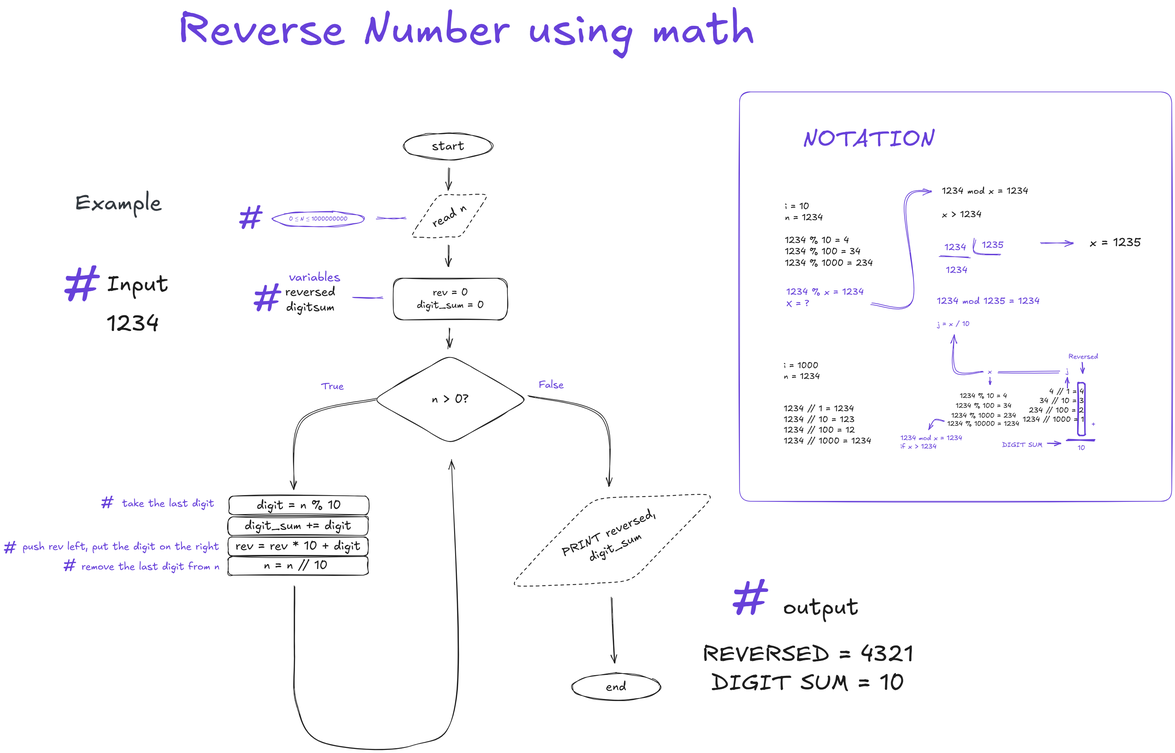
This is 01-python-foundations/01-fundamentals/16-challenge-reverse-number/drawing.excalidraw.png from samuelgs008/AI-Journey, a Excalidraw export, as it was before one commit. Source tidied: one line per element, renumbered; positions are measured from the earlier drawing's top-left corner, leaving out a move shared by most shapes.
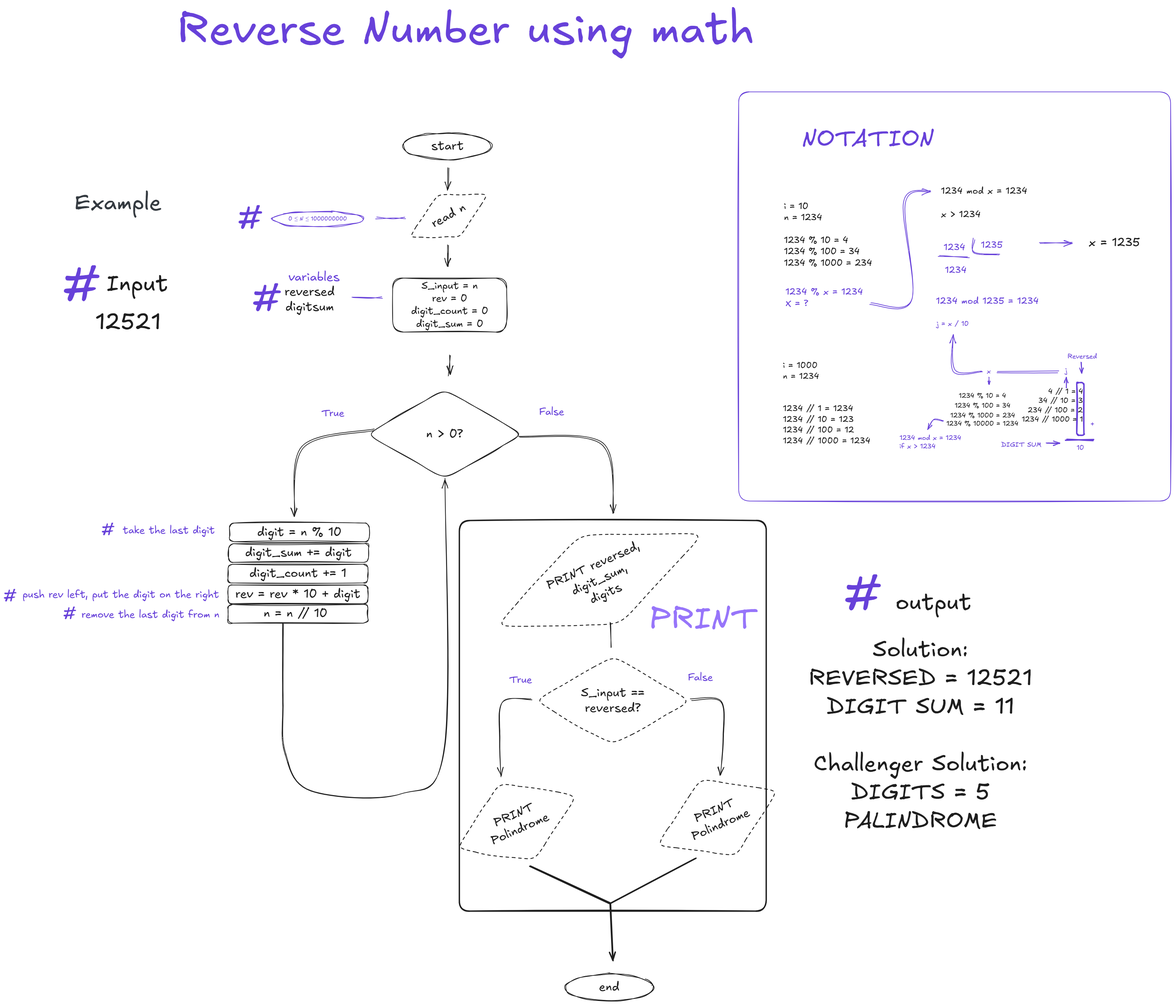
After the change.

Diff of the diagram source:
```diff
@@ -2,3 +2,3 @@
 {"id": 1, "type": "text", "text": "0 ≤ N ≤ 1000000000", "strokeColor": "#6741d9", "strokeWidth": 2, "roughness": 2, "fontSize": 16.54, "fontFamily": 5, "textAlign": "center", "verticalAlign": "middle", "inside": 0, "x": 840, "y": 625, "width": 172, "height": 21}
-{"id": 2, "type": "arrow", "strokeColor": "#1e1e1e", "strokeWidth": 2, "roughness": 2, "endArrowhead": "arrow", "round": true, "x": 1546, "y": 1156, "width": 239, "height": 265, "points": [[0, 0], [215, 59], [239, 265]]}
+{"id": 2, "type": "arrow", "strokeColor": "#1e1e1e", "strokeWidth": 2, "roughness": 2, "endArrowhead": "arrow", "round": true, "from": 8, "x": 1521, "y": 1277, "width": 279, "height": 224, "points": [[0, 0], [243, 18], [279, 224]]}
 {"id": 3, "type": "line", "strokeColor": "#6741d9", "angle": 4.7, "strokeWidth": 2, "roughness": 2, "round": true, "x": 1139, "y": 675, "width": 2, "height": 88, "points": [[0, 0], [2, -34], [2, -88]]}
@@ -8,7 +8,7 @@
 {"id": 7, "type": "text", "text": "read n", "strokeColor": "#1e1e1e", "angle": 5.78, "strokeWidth": 2, "strokeStyle": "dashed", "roughness": 2, "fontSize": 36, "fontFamily": 5, "textAlign": "center", "verticalAlign": "middle", "inside": 6, "x": 1257, "y": 602, "width": 109, "height": 45}
-{"id": 8, "type": "diamond", "strokeColor": "#1e1e1e", "strokeWidth": 2, "roughness": 2, "round": true, "x": 1085, "y": 1034, "width": 459, "height": 264}
+{"id": 8, "type": "diamond", "strokeColor": "#1e1e1e", "strokeWidth": 2, "roughness": 2, "round": true, "x": 1071, "y": 1136, "width": 459, "height": 264}
-{"id": 9, "type": "text", "text": "n > 0?", "strokeColor": "#1e1e1e", "strokeWidth": 2, "roughness": 2, "fontSize": 36, "fontFamily": 5, "textAlign": "center", "verticalAlign": "middle", "inside": 8, "x": 1260, "y": 1143, "width": 108, "height": 45}
+{"id": 9, "type": "text", "text": "n > 0?", "strokeColor": "#1e1e1e", "strokeWidth": 2, "roughness": 2, "fontSize": 36, "fontFamily": 5, "textAlign": "center", "verticalAlign": "middle", "inside": 8, "x": 1246, "y": 1246, "width": 108, "height": 45}
-{"id": 10, "type": "rectangle", "strokeColor": "#1e1e1e", "strokeWidth": 2, "roughness": 2, "round": true, "x": 1147, "y": 809, "width": 336, "height": 123}
+{"id": 10, "type": "rectangle", "strokeColor": "#1e1e1e", "strokeWidth": 2, "roughness": 2, "round": true, "x": 1147, "y": 809, "width": 336, "height": 159}
-{"id": 11, "type": "text", "text": "rev = 0\ndigit_sum = 0", "strokeColor": "#1e1e1e", "strokeWidth": 2, "roughness": 2, "fontSize": 29.77, "fontFamily": 5, "textAlign": "center", "verticalAlign": "middle", "inside": 10, "x": 1216, "y": 833, "width": 198, "height": 74}
+{"id": 11, "type": "text", "text": "S_input = n\nrev = 0\ndigit_count = 0\ndigit_sum = 0", "strokeColor": "#1e1e1e", "strokeWidth": 2, "roughness": 2, "fontSize": 29.77, "fontFamily": 5, "textAlign": "center", "verticalAlign": "middle", "inside": 10, "x": 1202, "y": 814, "width": 227, "height": 149}
-{"id": 12, "type": "arrow", "strokeColor": "#1e1e1e", "strokeWidth": 2, "roughness": 2, "endArrowhead": "arrow", "round": true, "x": 1311, "y": 955, "width": 1, "height": 61, "points": [[0, 0], [-1, 61]]}
+{"id": 12, "type": "arrow", "strokeColor": "#1e1e1e", "strokeWidth": 2, "roughness": 2, "endArrowhead": "arrow", "round": true, "x": 1315, "y": 1035, "width": 1, "height": 61, "points": [[0, 0], [-1, 61]]}
 {"id": 13, "type": "arrow", "strokeColor": "#1e1e1e", "strokeWidth": 2, "roughness": 2, "endArrowhead": "arrow", "round": true, "x": 1310, "y": 711, "width": 1, "height": 61, "points": [[0, 0], [-1, 61]]}
@@ -54,27 +54,27 @@
 {"id": 53, "type": "line", "strokeColor": "#6741d9", "angle": 4.7, "strokeWidth": 2, "roughness": 2, "round": true, "x": 1071, "y": 910, "width": 2, "height": 88, "points": [[0, 0], [2, -34], [2, -88]]}
-{"id": 54, "type": "arrow", "strokeColor": "#1e1e1e", "strokeWidth": 2, "roughness": 2, "endArrowhead": "arrow", "round": true, "from": 8, "x": 1094, "y": 1165, "width": 239, "height": 265, "points": [[0, 0], [-215, 59], [-239, 265]]}
+{"id": 54, "type": "arrow", "strokeColor": "#1e1e1e", "strokeWidth": 2, "roughness": 2, "endArrowhead": "arrow", "round": true, "from": 8, "x": 1090, "y": 1256, "width": 232, "height": 254, "points": [[0, 0], [-207, 48], [-232, 254]]}
-{"id": 55, "type": "rectangle", "strokeColor": "#1e1e1e", "strokeWidth": 2, "roughness": 2, "round": true, "x": 663, "y": 1450, "width": 412, "height": 55}
+{"id": 55, "type": "rectangle", "strokeColor": "#1e1e1e", "strokeWidth": 2, "roughness": 2, "round": true, "x": 667, "y": 1530, "width": 412, "height": 55}
-{"id": 56, "type": "text", "text": "digit = n % 10", "strokeColor": "#1e1e1e", "strokeWidth": 2, "roughness": 2, "fontSize": 36, "fontFamily": 5, "textAlign": "center", "verticalAlign": "middle", "inside": 55, "x": 745, "y": 1455, "width": 248, "height": 45}
+{"id": 56, "type": "text", "text": "digit = n % 10", "strokeColor": "#1e1e1e", "strokeWidth": 2, "roughness": 2, "fontSize": 36, "fontFamily": 5, "textAlign": "center", "verticalAlign": "middle", "inside": 55, "x": 749, "y": 1535, "width": 248, "height": 45}
-{"id": 57, "type": "arrow", "strokeColor": "#1e1e1e", "strokeWidth": 2, "roughness": 2, "endArrowhead": "arrow", "round": true, "x": 855, "y": 1717, "width": 479, "height": 841, "points": [[0, 0], [1, 197], [9, 345], [83, 459], [347, 467], [479, 331], [466, -374]]}
+{"id": 57, "type": "arrow", "strokeColor": "#1e1e1e", "strokeWidth": 2, "roughness": 2, "endArrowhead": "arrow", "round": true, "from": 68, "to": 8, "x": 823, "y": 1827, "width": 481, "height": 928, "points": [[0, 0], [1, 230], [9, 378], [83, 492], [347, 500], [479, 364], [481, -427]]}
 {"id": 58, "type": "text", "text": "#", "strokeColor": "#6741d9", "strokeWidth": 2, "roughness": 2, "fontSize": 113.48, "fontFamily": 5, "textAlign": "center", "x": 733, "y": 804, "width": 89, "height": 142}
 {"id": 59, "type": "text", "text": "#", "strokeColor": "#6741d9", "strokeWidth": 2, "roughness": 2, "fontSize": 95.6, "fontFamily": 5, "textAlign": "center", "x": 691, "y": 578, "width": 75, "height": 119}
-{"id": 60, "type": "text", "text": "#", "strokeColor": "#6741d9", "strokeWidth": 2, "roughness": 2, "fontSize": 51.08, "fontFamily": 5, "textAlign": "center", "x": 286, "y": 1440, "width": 40, "height": 64}
+{"id": 60, "type": "text", "text": "#", "strokeColor": "#6741d9", "strokeWidth": 2, "roughness": 2, "fontSize": 51.08, "fontFamily": 5, "textAlign": "center", "x": 289, "y": 1520, "width": 40, "height": 64}
-{"id": 61, "type": "text", "text": "take the last digit", "strokeColor": "#6741d9", "strokeWidth": 2, "roughness": 2, "fontSize": 29.6, "fontFamily": 5, "textAlign": "center", "x": 349, "y": 1454, "width": 271, "height": 37}
+{"id": 61, "type": "text", "text": "take the last digit", "strokeColor": "#6741d9", "strokeWidth": 2, "roughness": 2, "fontSize": 29.6, "fontFamily": 5, "textAlign": "center", "x": 353, "y": 1534, "width": 271, "height": 37}
-{"id": 62, "type": "rectangle", "strokeColor": "#1e1e1e", "strokeWidth": 2, "roughness": 2, "round": true, "x": 661, "y": 1511, "width": 412, "height": 55}
+{"id": 62, "type": "rectangle", "strokeColor": "#1e1e1e", "strokeWidth": 2, "roughness": 2, "round": true, "x": 664, "y": 1591, "width": 412, "height": 55}
-{"id": 63, "type": "text", "text": "digit_sum += digit", "strokeColor": "#1e1e1e", "strokeWidth": 2, "roughness": 2, "fontSize": 36, "fontFamily": 5, "textAlign": "center", "verticalAlign": "middle", "inside": 62, "x": 710, "y": 1516, "width": 314, "height": 45}
+{"id": 63, "type": "text", "text": "digit_sum += digit", "strokeColor": "#1e1e1e", "strokeWidth": 2, "roughness": 2, "fontSize": 36, "fontFamily": 5, "textAlign": "center", "verticalAlign": "middle", "inside": 62, "x": 713, "y": 1596, "width": 314, "height": 45}
-{"id": 64, "type": "rectangle", "strokeColor": "#1e1e1e", "strokeWidth": 2, "roughness": 2, "round": true, "x": 661, "y": 1570, "width": 412, "height": 55}
+{"id": 64, "type": "rectangle", "strokeColor": "#1e1e1e", "strokeWidth": 2, "roughness": 2, "round": true, "x": 663, "y": 1712, "width": 412, "height": 55}
-{"id": 65, "type": "text", "text": "rev = rev * 10 + digit", "strokeColor": "#1e1e1e", "strokeWidth": 2, "roughness": 2, "fontSize": 36, "fontFamily": 5, "textAlign": "center", "verticalAlign": "middle", "inside": 64, "x": 683, "y": 1575, "width": 368, "height": 45}
+{"id": 65, "type": "text", "text": "rev = rev * 10 + digit", "strokeColor": "#1e1e1e", "strokeWidth": 2, "roughness": 2, "fontSize": 36, "fontFamily": 5, "textAlign": "center", "verticalAlign": "middle", "inside": 64, "x": 684, "y": 1717, "width": 368, "height": 45}
-{"id": 66, "type": "text", "text": "push rev left, put the digit on the right ", "strokeColor": "#6741d9", "strokeWidth": 2, "roughness": 2, "fontSize": 29.6, "fontFamily": 5, "textAlign": "center", "x": 56, "y": 1581, "width": 590, "height": 37}
+{"id": 66, "type": "text", "text": "push rev left, put the digit on the right ", "strokeColor": "#6741d9", "strokeWidth": 2, "roughness": 2, "fontSize": 29.6, "fontFamily": 5, "textAlign": "center", "x": 58, "y": 1723, "width": 590, "height": 37}
-{"id": 67, "type": "text", "text": "#", "strokeColor": "#6741d9", "strokeWidth": 2, "roughness": 2, "fontSize": 51.08, "fontFamily": 5, "textAlign": "center", "x": 0, "y": 1573, "width": 40, "height": 64}
+{"id": 67, "type": "text", "text": "#", "strokeColor": "#6741d9", "strokeWidth": 2, "roughness": 2, "fontSize": 51.08, "fontFamily": 5, "textAlign": "center", "x": 1, "y": 1715, "width": 40, "height": 64}
-{"id": 68, "type": "rectangle", "strokeColor": "#1e1e1e", "strokeWidth": 2, "roughness": 2, "round": true, "x": 661, "y": 1628, "width": 412, "height": 55}
+{"id": 68, "type": "rectangle", "strokeColor": "#1e1e1e", "strokeWidth": 2, "roughness": 2, "round": true, "x": 663, "y": 1770, "width": 412, "height": 55}
-{"id": 69, "type": "text", "text": "n = n // 10 ", "strokeColor": "#1e1e1e", "strokeWidth": 2, "roughness": 2, "fontSize": 36, "fontFamily": 5, "textAlign": "center", "verticalAlign": "middle", "inside": 68, "x": 766, "y": 1633, "width": 202, "height": 45}
+{"id": 69, "type": "text", "text": "n = n // 10 ", "strokeColor": "#1e1e1e", "strokeWidth": 2, "roughness": 2, "fontSize": 36, "fontFamily": 5, "textAlign": "center", "verticalAlign": "middle", "inside": 68, "x": 767, "y": 1775, "width": 202, "height": 45}
-{"id": 70, "type": "text", "text": "remove the last digit from n", "strokeColor": "#6741d9", "strokeWidth": 2, "roughness": 2, "fontSize": 29.6, "fontFamily": 5, "textAlign": "center", "x": 230, "y": 1640, "width": 406, "height": 37}
+{"id": 70, "type": "text", "text": "remove the last digit from n", "strokeColor": "#6741d9", "strokeWidth": 2, "roughness": 2, "fontSize": 29.6, "fontFamily": 5, "textAlign": "center", "x": 231, "y": 1782, "width": 406, "height": 37}
-{"id": 71, "type": "text", "text": "#", "strokeColor": "#6741d9", "strokeWidth": 2, "roughness": 2, "fontSize": 51.08, "fontFamily": 5, "textAlign": "center", "x": 175, "y": 1625, "width": 40, "height": 64}
+{"id": 71, "type": "text", "text": "#", "strokeColor": "#6741d9", "strokeWidth": 2, "roughness": 2, "fontSize": 51.08, "fontFamily": 5, "textAlign": "center", "x": 177, "y": 1767, "width": 40, "height": 64}
-{"id": 72, "type": "text", "text": "True", "strokeColor": "#6741d9", "strokeWidth": 2, "roughness": 2, "fontSize": 29.6, "fontFamily": 5, "textAlign": "center", "x": 934, "y": 1108, "width": 67, "height": 37}
+{"id": 72, "type": "text", "text": "True", "strokeColor": "#6741d9", "strokeWidth": 2, "roughness": 2, "fontSize": 29.6, "fontFamily": 5, "textAlign": "center", "x": 938, "y": 1188, "width": 67, "height": 37}
-{"id": 73, "type": "text", "text": "False", "strokeColor": "#6741d9", "strokeWidth": 2, "roughness": 2, "fontSize": 29.6, "fontFamily": 5, "textAlign": "center", "x": 1575, "y": 1104, "width": 74, "height": 37}
+{"id": 73, "type": "text", "text": "False", "strokeColor": "#6741d9", "strokeWidth": 2, "roughness": 2, "fontSize": 29.6, "fontFamily": 5, "textAlign": "center", "x": 1578, "y": 1184, "width": 74, "height": 37}
-{"id": 74, "type": "diamond", "strokeColor": "#1e1e1e", "angle": 5.86, "strokeWidth": 2, "strokeStyle": "dashed", "roughness": 2, "round": true, "x": 1455, "y": 1444, "width": 670, "height": 270}
+{"id": 74, "type": "diamond", "strokeColor": "#1e1e1e", "angle": 5.86, "strokeWidth": 2, "strokeStyle": "dashed", "roughness": 2, "round": true, "x": 1421, "y": 1552, "width": 670, "height": 290}
-{"id": 75, "type": "text", "text": "PRINT reversed,\ndigit_sum", "strokeColor": "#1e1e1e", "angle": 5.86, "strokeWidth": 2, "roughness": 1, "fontSize": 36, "fontFamily": 5, "textAlign": "center", "verticalAlign": "middle", "inside": 74, "x": 1642, "y": 1534, "width": 296, "height": 90}
+{"id": 75, "type": "text", "text": "PRINT reversed,\ndigit_sum,\ndigits", "strokeColor": "#1e1e1e", "angle": 5.86, "strokeWidth": 2, "roughness": 1, "fontSize": 36, "fontFamily": 5, "textAlign": "center", "verticalAlign": "middle", "inside": 74, "x": 1608, "y": 1629, "width": 296, "height": 135}
-{"id": 76, "type": "arrow", "strokeColor": "#1e1e1e", "strokeWidth": 2, "roughness": 2, "endArrowhead": "arrow", "round": true, "x": 1790, "y": 1751, "width": 8, "height": 186, "points": [[0, 0], [3, 92], [8, 186]]}
+{"id": 76, "type": "arrow", "strokeColor": "#1e1e1e", "strokeWidth": 2, "roughness": 2, "endArrowhead": "arrow", "round": true, "from": 91, "x": 1556, "y": 2051, "width": 94, "height": 223, "points": [[0, 0], [-85, 7], [-94, 112], [-88, 223]]}
-{"id": 77, "type": "ellipse", "strokeColor": "#1e1e1e", "strokeWidth": 2, "roughness": 2, "round": true, "x": 1672, "y": 1972, "width": 262, "height": 79}
+{"id": 77, "type": "ellipse", "strokeColor": "#1e1e1e", "strokeWidth": 2, "roughness": 2, "round": true, "x": 1654, "y": 2858, "width": 262, "height": 79}
-{"id": 78, "type": "text", "text": "end", "strokeColor": "#1e1e1e", "strokeWidth": 2, "roughness": 2, "fontSize": 36, "fontFamily": 5, "textAlign": "center", "verticalAlign": "middle", "inside": 77, "x": 1773, "y": 1989, "width": 60, "height": 45}
+{"id": 78, "type": "text", "text": "end", "strokeColor": "#1e1e1e", "strokeWidth": 2, "roughness": 2, "fontSize": 36, "fontFamily": 5, "textAlign": "center", "verticalAlign": "middle", "inside": 77, "x": 1755, "y": 2875, "width": 60, "height": 45}
 {"id": 79, "type": "text", "text": "#", "strokeColor": "#6741d9", "strokeWidth": 2, "roughness": 2, "fontSize": 145.08, "fontFamily": 5, "textAlign": "center", "x": 95, "y": 746, "width": 275, "height": 181}
@@ -83,6 +83,23 @@
 {"id": 82, "type": "rectangle", "strokeColor": "#6741d9", "strokeWidth": 2, "roughness": 1, "round": true, "x": 2166, "y": 260, "width": 1271, "height": 1205}
-{"id": 83, "type": "text", "text": "1234", "strokeColor": "#1e1e1e", "strokeWidth": 2, "roughness": 2, "fontSize": 67.15, "fontFamily": 5, "textAlign": "center", "x": 303, "y": 904, "width": 156, "height": 84}
+{"id": 83, "type": "text", "text": "12521", "strokeColor": "#1e1e1e", "strokeWidth": 2, "roughness": 2, "fontSize": 67.15, "fontFamily": 5, "textAlign": "center", "x": 253, "y": 899, "width": 231, "height": 84}
-{"id": 84, "type": "text", "text": "#", "strokeColor": "#6741d9", "strokeWidth": 2, "roughness": 2, "fontSize": 145.08, "fontFamily": 5, "textAlign": "center", "x": 2061, "y": 1669, "width": 275, "height": 181}
+{"id": 84, "type": "text", "text": "#", "strokeColor": "#6741d9", "strokeWidth": 2, "roughness": 2, "fontSize": 145.08, "fontFamily": 5, "textAlign": "center", "x": 2395, "y": 1656, "width": 275, "height": 181}
-{"id": 85, "type": "text", "text": "output", "strokeColor": "#1e1e1e", "strokeWidth": 2, "roughness": 2, "fontSize": 67.15, "fontFamily": 5, "textAlign": "center", "x": 2293, "y": 1736, "width": 224, "height": 84}
+{"id": 85, "type": "text", "text": "output", "strokeColor": "#1e1e1e", "strokeWidth": 2, "roughness": 2, "fontSize": 67.15, "fontFamily": 5, "textAlign": "center", "x": 2628, "y": 1724, "width": 224, "height": 84}
-{"id": 86, "type": "text", "text": "REVERSED = 4321\nDIGIT SUM = 10", "strokeColor": "#1e1e1e", "strokeWidth": 2, "roughness": 2, "fontSize": 67.15, "fontFamily": 5, "textAlign": "center", "x": 2056, "y": 1876, "width": 622, "height": 168}
+{"id": 86, "type": "text", "text": "Solution:\nREVERSED = 12521\nDIGIT SUM = 11\n\nChallenger Solution:\nDIGITS = 5\nPALINDROME", "strokeColor": "#1e1e1e", "strokeWidth": 2, "roughness": 2, "fontSize": 67.15, "fontFamily": 5, "textAlign": "center", "x": 2372, "y": 1863, "width": 659, "height": 588}
 {"id": 87, "type": "text", "text": "Reverse Number using math\n", "strokeColor": "#6741d9", "strokeWidth": 2, "roughness": 2, "fontSize": 129.26, "fontFamily": 5, "textAlign": "center", "x": 512, "y": 0, "width": 1700, "height": 323}
+{"id": 88, "type": "rectangle", "strokeColor": "#1e1e1e", "strokeWidth": 2, "roughness": 2, "round": true, "x": 663, "y": 1651, "width": 412, "height": 55}
+{"id": 89, "type": "text", "text": "digit_count += 1", "strokeColor": "#1e1e1e", "strokeWidth": 2, "roughness": 2, "fontSize": 36, "fontFamily": 5, "textAlign": "center", "verticalAlign": "middle", "inside": 88, "x": 726, "y": 1656, "width": 285, "height": 45}
+{"id": 90, "type": "line", "strokeColor": "#1e1e1e", "strokeWidth": 2, "roughness": 1, "round": true, "x": 1788, "y": 1823, "width": 2, "height": 72, "points": [[0, 0], [2, 72]]}
+{"id": 91, "type": "diamond", "strokeColor": "#1e1e1e", "strokeWidth": 2, "strokeStyle": "dashed", "roughness": 2, "round": true, "x": 1566, "y": 1921, "width": 459, "height": 264}
+{"id": 92, "type": "text", "text": "S_input ==\nreversed?", "strokeColor": "#1e1e1e", "strokeWidth": 2, "roughness": 2, "fontSize": 36, "fontFamily": 5, "textAlign": "center", "verticalAlign": "middle", "inside": 91, "x": 1702, "y": 2008, "width": 187, "height": 90}
+{"id": 93, "type": "arrow", "strokeColor": "#1e1e1e", "strokeWidth": 2, "roughness": 2, "endArrowhead": "arrow", "round": true, "x": 2026, "y": 2050, "width": 94, "height": 223, "points": [[0, 0], [85, 7], [94, 112], [88, 223]]}
+{"id": 94, "type": "diamond", "strokeColor": "#1e1e1e", "angle": 5.86, "strokeWidth": 2, "strokeStyle": "dashed", "roughness": 2, "round": true, "x": 1317, "y": 2286, "width": 391, "height": 248}
+{"id": 95, "type": "text", "text": "PRINT\nPolindrome", "strokeColor": "#1e1e1e", "angle": 5.86, "strokeWidth": 2, "roughness": 1, "fontSize": 36, "fontFamily": 5, "textAlign": "center", "verticalAlign": "middle", "inside": 94, "x": 1422, "y": 2365, "width": 183, "height": 90}
+{"id": 96, "type": "text", "text": "False", "strokeColor": "#6741d9", "strokeWidth": 2, "roughness": 2, "fontSize": 29.6, "fontFamily": 5, "textAlign": "center", "x": 2016, "y": 1967, "width": 74, "height": 37}
+{"id": 97, "type": "text", "text": "True", "strokeColor": "#6741d9", "strokeWidth": 2, "roughness": 2, "fontSize": 29.6, "fontFamily": 5, "textAlign": "center", "x": 1490, "y": 1974, "width": 67, "height": 37}
+{"id": 98, "type": "diamond", "strokeColor": "#1e1e1e", "angle": 5.86, "strokeWidth": 2, "strokeStyle": "dashed", "roughness": 2, "round": true, "x": 1908, "y": 2274, "width": 391, "height": 248}
+{"id": 99, "type": "text", "text": "PRINT\nPolindrome", "strokeColor": "#1e1e1e", "angle": 5.86, "strokeWidth": 2, "roughness": 1, "fontSize": 36, "fontFamily": 5, "textAlign": "center", "verticalAlign": "middle", "inside": 98, "x": 2012, "y": 2353, "width": 183, "height": 90}
+{"id": 100, "type": "line", "strokeColor": "#1e1e1e", "strokeWidth": 4, "roughness": 1, "round": true, "x": 1551, "y": 2540, "width": 235, "height": 110, "points": [[0, 0], [235, 110]]}
+{"id": 101, "type": "line", "strokeColor": "#1e1e1e", "strokeWidth": 4, "roughness": 1, "round": true, "x": 2039, "y": 2517, "width": 250, "height": 132, "points": [[0, 0], [-250, 132]]}
+{"id": 102, "type": "arrow", "strokeColor": "#1e1e1e", "strokeWidth": 4, "roughness": 1, "endArrowhead": "arrow", "round": true, "x": 1789, "y": 2650, "width": 8, "height": 168, "points": [[0, 0], [8, 168]]}
+{"id": 103, "type": "rectangle", "strokeColor": "#1e1e1e", "strokeWidth": 4, "roughness": 1, "round": true, "x": 1344, "y": 1522, "width": 903, "height": 1150}
+{"id": 104, "type": "text", "text": "PRINT", "strokeColor": "#9775fa", "strokeWidth": 2, "roughness": 2, "fontSize": 92.0, "fontFamily": 5, "textAlign": "center", "x": 1903, "y": 1757, "width": 319, "height": 115}
```
